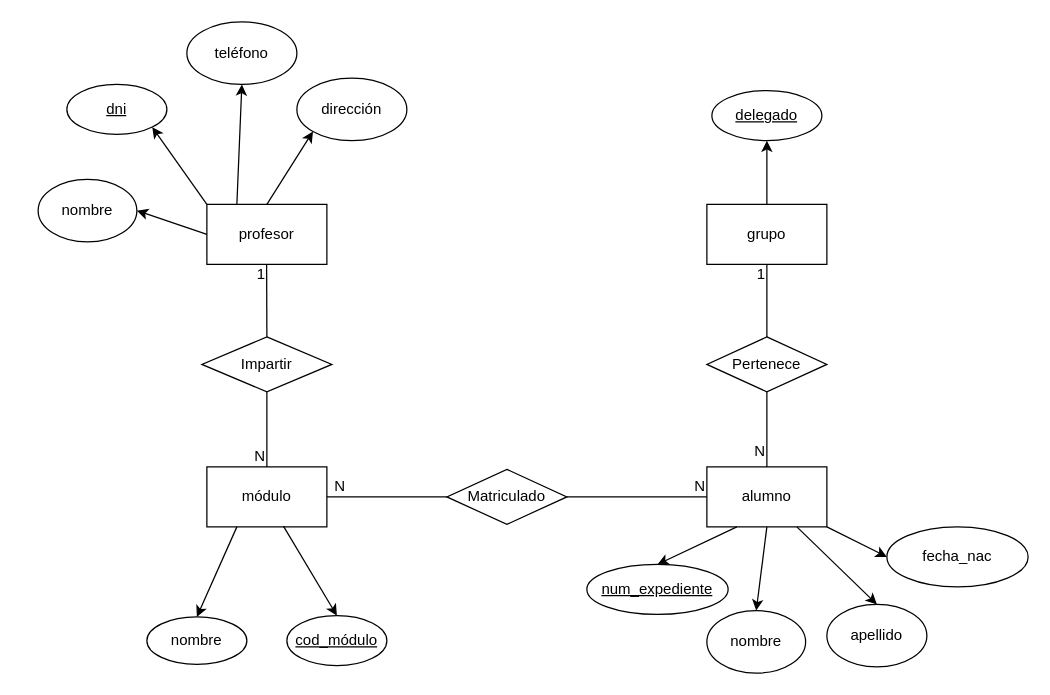
The draw.io diagram ejercicio 3 DER.drawio in Kevchuuu/Base-de-datos-, before the edit. Source tidied: cells renumbered, new cells numbered last; positions are measured from the earlier drawing's top-left corner, leaving out a move shared by most shapes. Both pictures are drawn from the tidied source at 125%, with x=0, y=0 at pixel (38, 21).
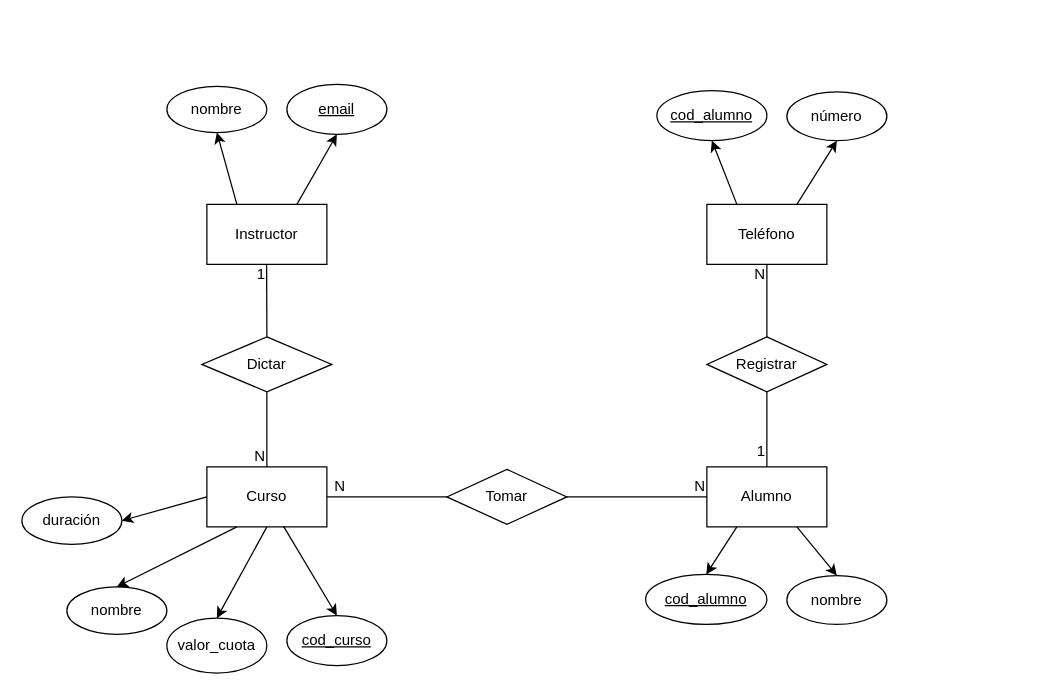
The same page after the edit.

The change refers to these unchanged cells:
```xml
<mxCell id="39" style="endArrow=none;html=1;rounded=0;exitX=0.5;exitY=0;exitDx=0;exitDy=0;entryX=0.5;entryY=1;entryDx=0;entryDy=0;" parent="1" edge="1" source="37" target="35">
  <mxGeometry relative="1" as="geometry" />
</mxCell>
```

Change to the diagram source:
```diff
@@
-    <mxCell id="2" value="módulo" style="rounded=0;whiteSpace=wrap;html=1;" parent="1" vertex="1">
+    <mxCell id="2" value="Curso" style="rounded=0;whiteSpace=wrap;html=1;" parent="1" vertex="1">
       <mxGeometry x="135" y="356" width="96" height="48" as="geometry" />
     </mxCell>
     <mxCell id="3" value="nombre" style="ellipse;whiteSpace=wrap;html=1;" parent="1" vertex="1">
-      <mxGeometry x="87" y="476" width="80" height="38" as="geometry" />
+      <mxGeometry x="23" y="452" width="80" height="38" as="geometry" />
     </mxCell>
@@
-    <mxCell id="6" value="profesor" style="rounded=0;whiteSpace=wrap;html=1;" parent="1" vertex="1">
+    <mxCell id="6" value="Instructor" style="rounded=0;whiteSpace=wrap;html=1;" parent="1" vertex="1">
       <mxGeometry x="135" y="146" width="96" height="48" as="geometry" />
     </mxCell>
     <mxCell id="7" value="nombre" style="ellipse;whiteSpace=wrap;html=1;" parent="1" vertex="1">
-      <mxGeometry y="126" width="79" height="50" as="geometry" />
+      <mxGeometry x="103" y="51.5" width="80" height="37" as="geometry" />
     </mxCell>
-    <mxCell id="8" value="teléfono" style="ellipse;whiteSpace=wrap;html=1;" parent="1" vertex="1">
-      <mxGeometry x="119" width="88" height="50" as="geometry" />
-    </mxCell>
-    <mxCell id="9" style="endArrow=classic;html=1;rounded=0;entryX=1;entryY=0.5;entryDx=0;entryDy=0;exitX=0;exitY=0.5;exitDx=0;exitDy=0;" parent="1" edge="1" source="6" target="7">
+    <mxCell id="9" style="endArrow=classic;html=1;rounded=0;entryX=0.5;entryY=1;entryDx=0;entryDy=0;exitX=0.25;exitY=0;exitDx=0;exitDy=0;" parent="1" edge="1" source="6" target="7">
       <mxGeometry relative="1" as="geometry" />
     </mxCell>
-    <mxCell id="10" style="endArrow=classic;html=1;rounded=0;exitX=0;exitY=0;exitDx=0;exitDy=0;entryX=1;entryY=1;entryDx=0;entryDy=0;" parent="1" edge="1" source="6" target="21">
+    <mxCell id="10" style="endArrow=classic;html=1;rounded=0;exitX=0.75;exitY=0;exitDx=0;exitDy=0;entryX=0.5;entryY=1;entryDx=0;entryDy=0;" parent="1" edge="1" source="6" target="21">
       <mxGeometry relative="1" as="geometry" />
     </mxCell>
-    <mxCell id="11" style="endArrow=classic;html=1;rounded=0;entryX=0.5;entryY=1;entryDx=0;entryDy=0;exitX=0.25;exitY=0;exitDx=0;exitDy=0;" parent="1" edge="1" source="6" target="8">
-      <mxGeometry relative="1" as="geometry" />
-    </mxCell>
-    <mxCell id="12" value="alumno" style="rounded=0;whiteSpace=wrap;html=1;" parent="1" vertex="1">
+    <mxCell id="12" value="Alumno" style="rounded=0;whiteSpace=wrap;html=1;" parent="1" vertex="1">
       <mxGeometry x="535" y="356" width="96" height="48" as="geometry" />
     </mxCell>
     <mxCell id="13" value="nombre" style="ellipse;whiteSpace=wrap;html=1;" parent="1" vertex="1">
-      <mxGeometry x="535" y="471" width="79" height="50" as="geometry" />
+      <mxGeometry x="599" y="443" width="80" height="39" as="geometry" />
     </mxCell>
-    <mxCell id="14" value="apellido" style="ellipse;whiteSpace=wrap;html=1;" parent="1" vertex="1">
-      <mxGeometry x="631" y="466" width="80" height="50" as="geometry" />
-    </mxCell>
-    <mxCell id="15" value="fecha_nac" style="ellipse;whiteSpace=wrap;html=1;" parent="1" vertex="1">
-      <mxGeometry x="679" y="404" width="113" height="48" as="geometry" />
-    </mxCell>
-    <mxCell id="16" style="endArrow=classic;html=1;rounded=0;exitX=0.5;exitY=1;exitDx=0;exitDy=0;entryX=0.5;entryY=0;entryDx=0;entryDy=0;" parent="1" edge="1" source="12" target="13">
+    <mxCell id="16" style="endArrow=classic;html=1;rounded=0;exitX=0.75;exitY=1;exitDx=0;exitDy=0;entryX=0.5;entryY=0;entryDx=0;entryDy=0;" parent="1" edge="1" source="12" target="13">
       <mxGeometry relative="1" as="geometry" />
     </mxCell>
-    <mxCell id="17" style="endArrow=classic;html=1;rounded=0;entryX=0.5;entryY=0;entryDx=0;entryDy=0;exitX=0.75;exitY=1;exitDx=0;exitDy=0;" parent="1" edge="1" source="12" target="14">
-      <mxGeometry relative="1" as="geometry" />
-    </mxCell>
-    <mxCell id="18" style="endArrow=classic;html=1;rounded=0;entryX=0;entryY=0.5;entryDx=0;entryDy=0;exitX=1;exitY=1;exitDx=0;exitDy=0;" parent="1" edge="1" source="12" target="15">
-      <mxGeometry relative="1" as="geometry" />
-    </mxCell>
@@
-    <mxCell id="20" value="cod_módulo" style="ellipse;whiteSpace=wrap;html=1;align=center;fontStyle=4;" parent="1" vertex="1">
+    <mxCell id="20" value="cod_curso" style="ellipse;whiteSpace=wrap;html=1;align=center;fontStyle=4;" parent="1" vertex="1">
       <mxGeometry x="199" y="475" width="80" height="40" as="geometry" />
     </mxCell>
-    <mxCell id="21" value="dni" style="ellipse;whiteSpace=wrap;html=1;align=center;fontStyle=4;" parent="1" vertex="1">
-      <mxGeometry x="23" y="50" width="80" height="40" as="geometry" />
+    <mxCell id="21" value="email" style="ellipse;whiteSpace=wrap;html=1;align=center;fontStyle=4;" parent="1" vertex="1">
+      <mxGeometry x="199" y="50" width="80" height="40" as="geometry" />
     </mxCell>
-    <mxCell id="22" value="Impartir" style="shape=rhombus;perimeter=rhombusPerimeter;whiteSpace=wrap;html=1;align=center;" parent="1" vertex="1">
+    <mxCell id="22" value="Dictar" style="shape=rhombus;perimeter=rhombusPerimeter;whiteSpace=wrap;html=1;align=center;" parent="1" vertex="1">
       <mxGeometry x="131" y="252" width="104" height="44" as="geometry" />
     </mxCell>
@@
-    <mxCell id="28" value="num_expediente" style="ellipse;whiteSpace=wrap;html=1;align=center;fontStyle=4;" parent="1" vertex="1">
-      <mxGeometry x="439" y="434" width="113" height="40" as="geometry" />
+    <mxCell id="28" value="cod_alumno" style="ellipse;whiteSpace=wrap;html=1;align=center;fontStyle=4;" parent="1" vertex="1">
+      <mxGeometry x="486" y="442" width="97" height="40" as="geometry" />
     </mxCell>
-    <mxCell id="29" style="endArrow=classic;html=1;rounded=0;exitX=0.5;exitY=0;exitDx=0;exitDy=0;entryX=0;entryY=1;entryDx=0;entryDy=0;" parent="1" edge="1" source="6" target="30">
-      <mxGeometry relative="1" as="geometry" />
-    </mxCell>
-    <mxCell id="30" value="dirección" style="ellipse;whiteSpace=wrap;html=1;" parent="1" vertex="1">
-      <mxGeometry x="207" y="45" width="88" height="50" as="geometry" />
-    </mxCell>
-    <mxCell id="31" value="Matriculado" style="shape=rhombus;perimeter=rhombusPerimeter;whiteSpace=wrap;html=1;align=center;" parent="1" vertex="1">
+    <mxCell id="31" value="Tomar" style="shape=rhombus;perimeter=rhombusPerimeter;whiteSpace=wrap;html=1;align=center;" parent="1" vertex="1">
       <mxGeometry x="327" y="358" width="96" height="44" as="geometry" />
     </mxCell>
@@
-    <mxCell id="35" value="grupo" style="rounded=0;whiteSpace=wrap;html=1;" parent="1" vertex="1">
+    <mxCell id="35" value="Teléfono" style="rounded=0;whiteSpace=wrap;html=1;" parent="1" vertex="1">
       <mxGeometry x="535" y="146" width="96" height="48" as="geometry" />
     </mxCell>
@@
-    <mxCell id="37" value="Pertenece" style="shape=rhombus;perimeter=rhombusPerimeter;whiteSpace=wrap;html=1;align=center;" parent="1" vertex="1">
+    <mxCell id="37" value="Registrar" style="shape=rhombus;perimeter=rhombusPerimeter;whiteSpace=wrap;html=1;align=center;" parent="1" vertex="1">
       <mxGeometry x="535" y="252" width="96" height="44" as="geometry" />
     </mxCell>
-    <mxCell id="38" value="N" style="html=1;whiteSpace=wrap;align=right;verticalAlign=bottom;imageAspect=1;direction=east;imageAlign=left;" parent="1" vertex="1">
+    <mxCell id="38" value="1" style="html=1;whiteSpace=wrap;align=right;verticalAlign=bottom;imageAspect=1;direction=east;imageAlign=left;" parent="1" vertex="1">
       <mxGeometry x="583" y="352" as="geometry" />
     </mxCell>
@@
-    <mxCell id="40" value="1" style="html=1;whiteSpace=wrap;align=right;verticalAlign=bottom;" parent="39" vertex="1">
+    <mxCell id="40" value="N" style="html=1;whiteSpace=wrap;align=right;verticalAlign=bottom;" parent="39" vertex="1">
       <mxGeometry x="1" relative="1" as="geometry">
         <mxPoint y="16" as="offset" />
       </mxGeometry>
     </mxCell>
-    <mxCell id="41" style="endArrow=classic;html=1;rounded=0;entryX=0.5;entryY=1;entryDx=0;entryDy=0;exitX=0.5;exitY=0;exitDx=0;exitDy=0;" parent="1" edge="1" source="35" target="42">
+    <mxCell id="41" style="endArrow=classic;html=1;rounded=0;entryX=0.5;entryY=1;entryDx=0;entryDy=0;exitX=0.25;exitY=0;exitDx=0;exitDy=0;" parent="1" edge="1" source="35" target="42">
       <mxGeometry relative="1" as="geometry" />
     </mxCell>
-    <mxCell id="42" value="delegado" style="ellipse;whiteSpace=wrap;html=1;align=center;fontStyle=4;" parent="1" vertex="1">
-      <mxGeometry x="539" y="55" width="88" height="40" as="geometry" />
+    <mxCell id="42" value="cod_alumno" style="ellipse;whiteSpace=wrap;html=1;align=center;fontStyle=4;" parent="1" vertex="1">
+      <mxGeometry x="495" y="55" width="88" height="40" as="geometry" />
     </mxCell>
+    <mxCell id="43" value="valor_cuota" style="ellipse;whiteSpace=wrap;html=1;" parent="1" vertex="1">
+      <mxGeometry x="103" y="477" width="80" height="44" as="geometry" />
+    </mxCell>
+    <mxCell id="44" style="endArrow=classic;html=1;rounded=0;entryX=0.5;entryY=0;entryDx=0;entryDy=0;exitX=0.5;exitY=1;exitDx=0;exitDy=0;" parent="1" edge="1" source="2" target="43">
+      <mxGeometry relative="1" as="geometry" />
+    </mxCell>
+    <mxCell id="45" value="duración" style="ellipse;whiteSpace=wrap;html=1;" parent="1" vertex="1">
+      <mxGeometry x="-13" y="380" width="80" height="38" as="geometry" />
+    </mxCell>
+    <mxCell id="46" style="endArrow=classic;html=1;rounded=0;exitX=0;exitY=0.5;exitDx=0;exitDy=0;entryX=1;entryY=0.5;entryDx=0;entryDy=0;" parent="1" edge="1" source="2" target="45">
+      <mxGeometry relative="1" as="geometry" />
+    </mxCell>
+    <mxCell id="47" style="endArrow=classic;html=1;rounded=0;entryX=0.5;entryY=1;entryDx=0;entryDy=0;exitX=0.75;exitY=0;exitDx=0;exitDy=0;" parent="1" edge="1" source="35" target="48">
+      <mxGeometry relative="1" as="geometry" />
+    </mxCell>
+    <mxCell id="48" value="número" style="ellipse;whiteSpace=wrap;html=1;" parent="1" vertex="1">
+      <mxGeometry x="599" y="56" width="80" height="39" as="geometry" />
+    </mxCell>
```
